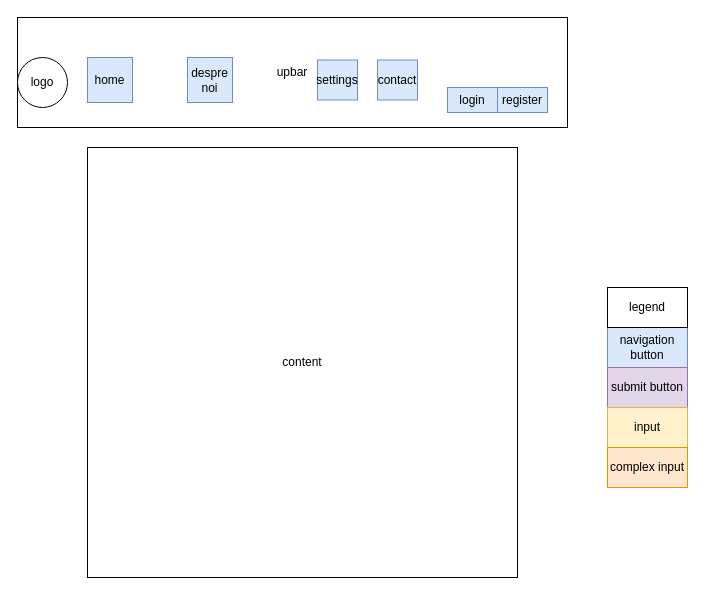
The draw.io diagram page "homepage" (1 of 8) of docs/design/design.drawio in Ioan-Alexandru96/wellness-app, before the edit. Source tidied: cells renumbered, new cells numbered last; positions are measured from the earlier drawing's top-left corner, leaving out a move shared by most shapes. Both pictures are drawn from the tidied source at 100%, with x=0, y=0 at pixel (17, 17).
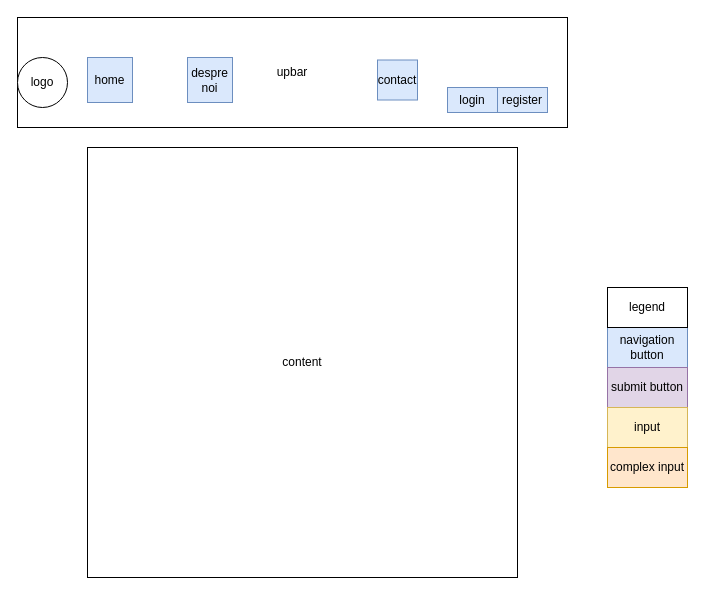
Above is the later version.

The edit, as a diff of the source:
```diff
@@
 <mxGraphModel>
   <root>
     <mxCell id="0" />
     <mxCell id="1" parent="0" />
     <mxCell id="2" value="upbar" style="rounded=0;whiteSpace=wrap;html=1;" parent="1" vertex="1">
       <mxGeometry width="550" height="110" as="geometry" />
     </mxCell>
     <mxCell id="3" value="logo" style="ellipse;whiteSpace=wrap;html=1;" parent="1" vertex="1">
       <mxGeometry y="40" width="50" height="50" as="geometry" />
     </mxCell>
     <mxCell id="4" value="register" style="rounded=0;whiteSpace=wrap;html=1;fillColor=#dae8fc;strokeColor=#6c8ebf;" parent="1" vertex="1">
       <mxGeometry x="480" y="70" width="50" height="25" as="geometry" />
     </mxCell>
     <mxCell id="5" value="login" style="rounded=0;whiteSpace=wrap;html=1;fillColor=#dae8fc;strokeColor=#6c8ebf;" parent="1" vertex="1">
       <mxGeometry x="430" y="70" width="50" height="25" as="geometry" />
     </mxCell>
     <mxCell id="6" value="home" style="whiteSpace=wrap;html=1;fillColor=#dae8fc;strokeColor=#6c8ebf;" parent="1" vertex="1">
       <mxGeometry x="70" y="40" width="45" height="45" as="geometry" />
     </mxCell>
     <mxCell id="7" value="contact" style="whiteSpace=wrap;html=1;fillColor=#dae8fc;strokeColor=#6c8ebf;" parent="1" vertex="1">
       <mxGeometry x="360" y="42.5" width="40" height="40" as="geometry" />
     </mxCell>
     <mxCell id="8" value="despre noi" style="whiteSpace=wrap;html=1;fillColor=#dae8fc;strokeColor=#6c8ebf;" parent="1" vertex="1">
       <mxGeometry x="170" y="40" width="45" height="45" as="geometry" />
     </mxCell>
     <mxCell id="9" value="content" style="whiteSpace=wrap;html=1;" parent="1" vertex="1">
       <mxGeometry x="70" y="130" width="430" height="430" as="geometry" />
     </mxCell>
-    <mxCell id="10" value="settings&lt;br&gt;" style="whiteSpace=wrap;html=1;fillColor=#dae8fc;strokeColor=#6c8ebf;" parent="1" vertex="1">
-      <mxGeometry x="300" y="42.5" width="40" height="40" as="geometry" />
-    </mxCell>
     <mxCell id="11" value="navigation button" style="rounded=0;whiteSpace=wrap;html=1;fillColor=#dae8fc;strokeColor=#6c8ebf;" parent="1" vertex="1">
       <mxGeometry x="590" y="310" width="80" height="40" as="geometry" />
     </mxCell>
     <mxCell id="12" value="submit button" style="rounded=0;whiteSpace=wrap;html=1;fillColor=#e1d5e7;strokeColor=#9673a6;" parent="1" vertex="1">
       <mxGeometry x="590" y="350" width="80" height="40" as="geometry" />
     </mxCell>
     <mxCell id="13" value="input" style="rounded=0;whiteSpace=wrap;html=1;fillColor=#fff2cc;strokeColor=#d6b656;" parent="1" vertex="1">
       <mxGeometry x="590" y="390" width="80" height="40" as="geometry" />
     </mxCell>
     <mxCell id="14" value="complex input" style="rounded=0;whiteSpace=wrap;html=1;fillColor=#ffe6cc;strokeColor=#d79b00;" parent="1" vertex="1">
       <mxGeometry x="590" y="430" width="80" height="40" as="geometry" />
     </mxCell>
     <mxCell id="15" value="legend" style="rounded=0;whiteSpace=wrap;html=1;" parent="1" vertex="1">
       <mxGeometry x="590" y="270" width="80" height="40" as="geometry" />
     </mxCell>
   </root>
 </mxGraphModel>
```
